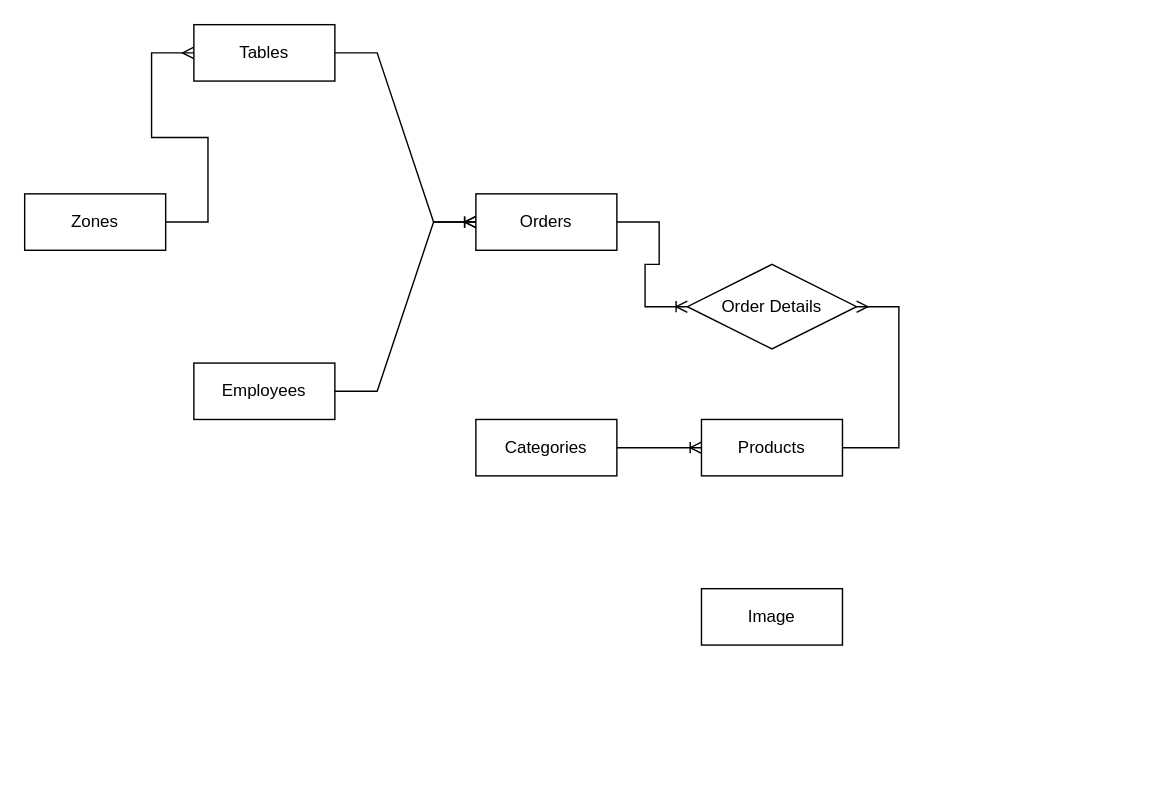
This is Untitled Diagram.drawio from thanhdatho0/Coffee_Shop_Api, a draw.io file, before an edit. Source tidied: cells renumbered, new cells numbered last; positions are measured from the earlier drawing's top-left corner, leaving out a move shared by most shapes. Both pictures are drawn from the tidied source at 141%, with x=0, y=0 at pixel (24, 24).
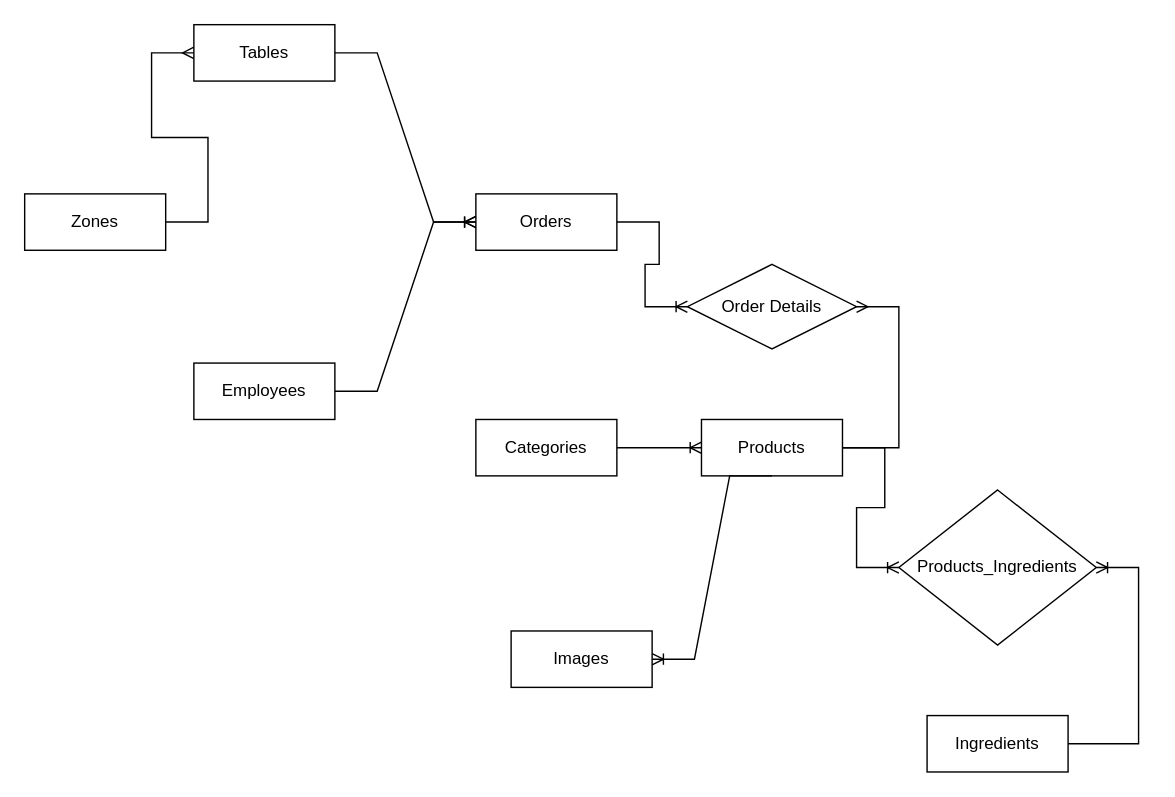
After the change.

The change refers to these unchanged cells:
```xml
<mxCell id="4" value="Products" style="whiteSpace=wrap;html=1;align=center;" parent="1" vertex="1">
  <mxGeometry x="480" y="280" width="100" height="40" as="geometry" />
</mxCell>
```

Diff of the diagram source:
```diff
@@
-    <mxCell id="15" value="Image" style="whiteSpace=wrap;html=1;align=center;" parent="1" vertex="1">
-      <mxGeometry x="480" y="400" width="100" height="40" as="geometry" />
+    <mxCell id="15" value="Images" style="whiteSpace=wrap;html=1;align=center;" parent="1" vertex="1">
+      <mxGeometry x="345" y="430" width="100" height="40" as="geometry" />
     </mxCell>
+    <mxCell id="16" value="Ingredients" style="whiteSpace=wrap;html=1;align=center;" parent="1" vertex="1">
+      <mxGeometry x="640" y="490" width="100" height="40" as="geometry" />
+    </mxCell>
+    <mxCell id="17" value="Products_Ingredients" style="shape=rhombus;perimeter=rhombusPerimeter;whiteSpace=wrap;html=1;align=center;" parent="1" vertex="1">
+      <mxGeometry x="620" y="330" width="140" height="110" as="geometry" />
+    </mxCell>
+    <mxCell id="18" style="edgeStyle=entityRelationEdgeStyle;fontSize=12;html=1;endArrow=ERoneToMany;rounded=0;" parent="1" edge="1" source="16" target="17">
+      <mxGeometry relative="1" as="geometry" />
+    </mxCell>
+    <mxCell id="19" style="edgeStyle=entityRelationEdgeStyle;fontSize=12;html=1;endArrow=ERoneToMany;rounded=0;" parent="1" edge="1" source="4" target="17">
+      <mxGeometry relative="1" as="geometry" />
+    </mxCell>
+    <mxCell id="20" style="edgeStyle=entityRelationEdgeStyle;fontSize=12;html=1;endArrow=ERoneToMany;rounded=0;exitX=0.5;exitY=1;exitDx=0;exitDy=0;" parent="1" edge="1" source="4" target="15">
+      <mxGeometry relative="1" as="geometry" />
+    </mxCell>
```
